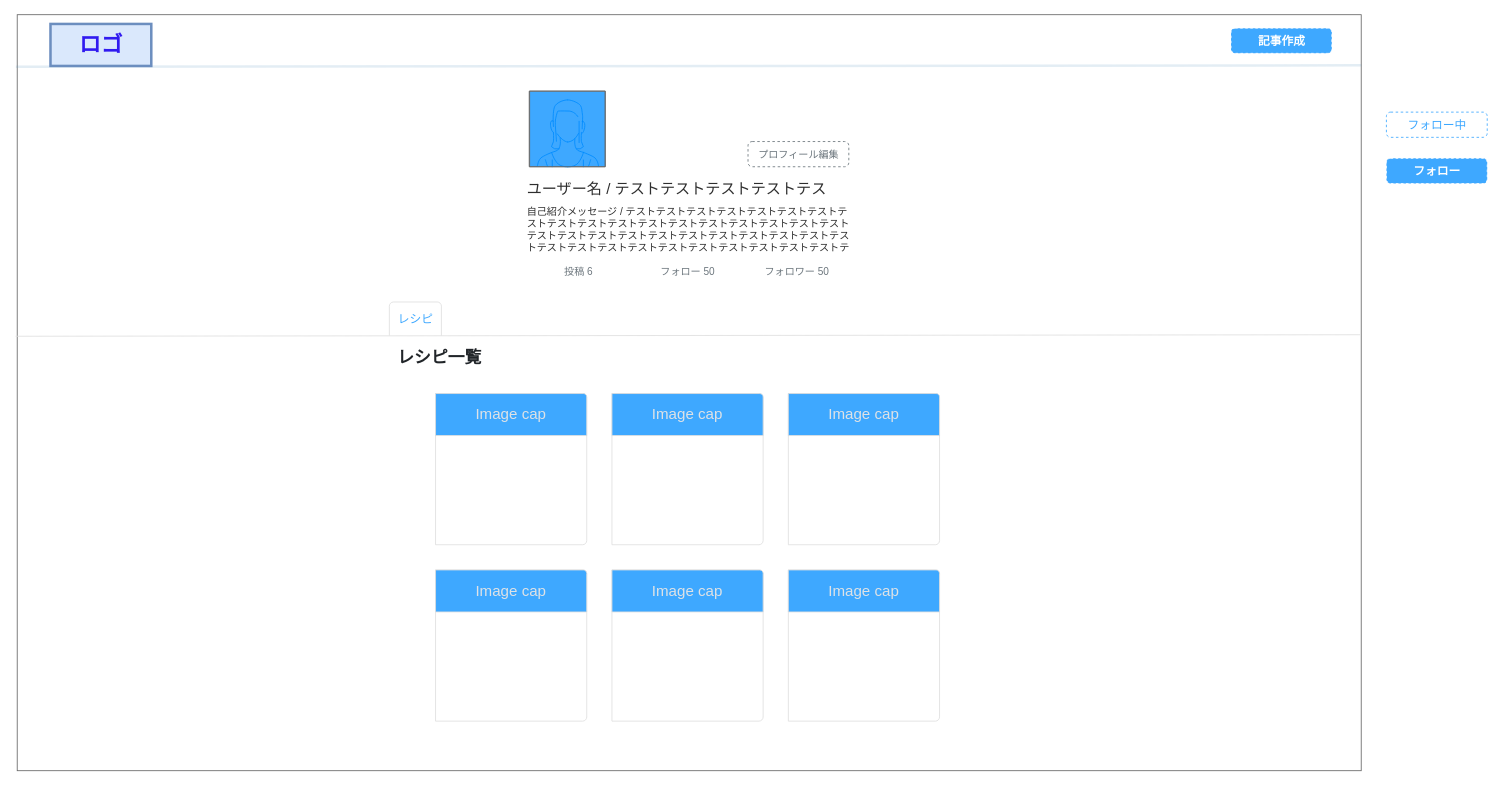
This is documents/ScreenDesigns/プロフィール表示画面.drawio from fjsho/codegym-team-development, a draw.io file, before an edit. Source tidied: cells renumbered, new cells numbered last; positions are measured from the earlier drawing's top-left corner, leaving out a move shared by most shapes. Both pictures are drawn from the tidied source at 84%, with x=0, y=0 at pixel (15, 14).
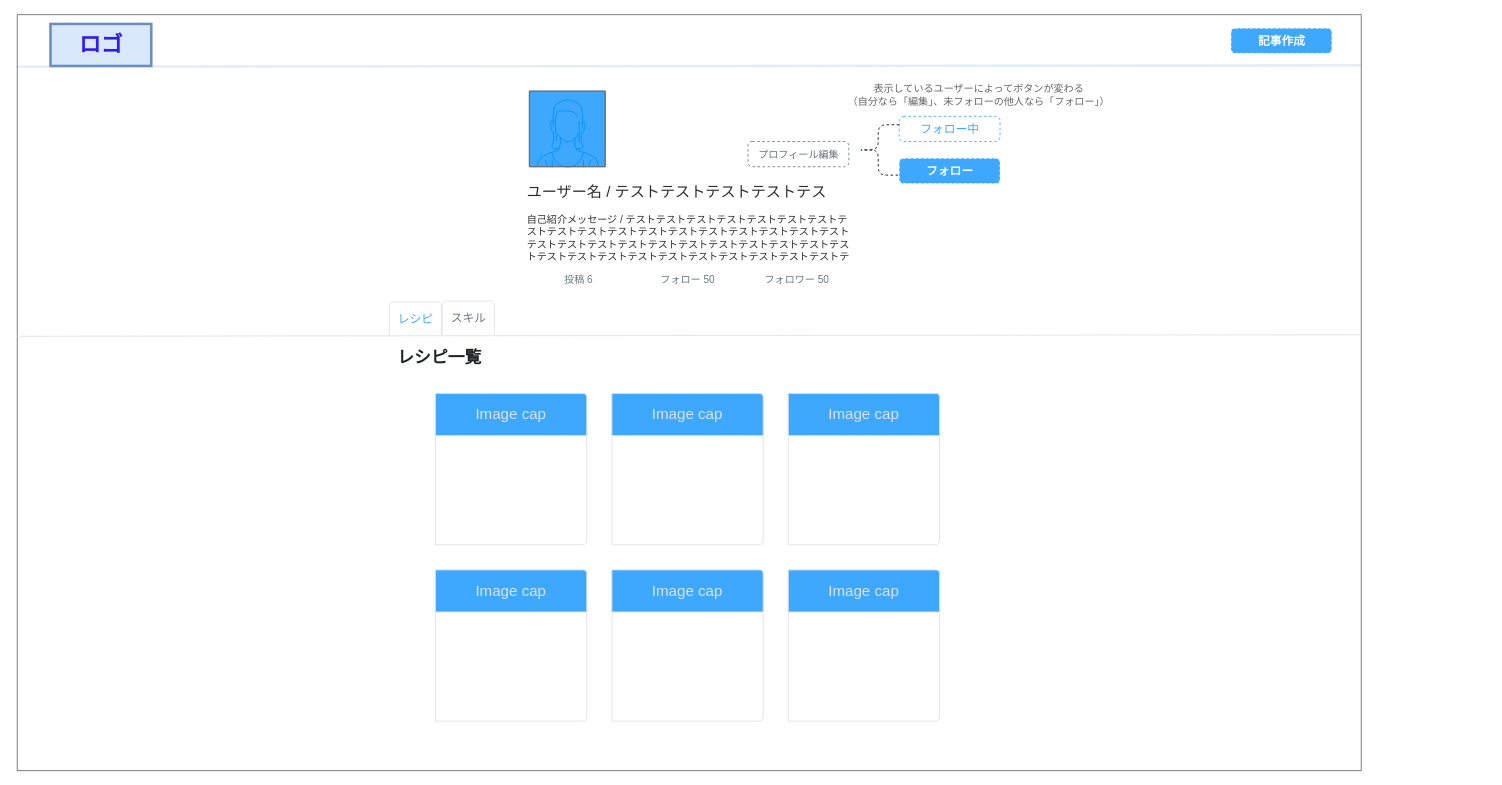
Above is the later version.

Commit message:
[fix]プロフィール表示画面微修正

Unchanged cells that the change refers to:
```xml
<mxCell id="13" style="html=1;shadow=0;dashed=0;shape=mxgraph.bootstrap.rrect;rSize=5;strokeColor=none;html=1;whiteSpace=wrap;fillColor=#FFFFFF;fontColor=#000000;fontSize=12;strokeWidth=1;align=center;" parent="12" vertex="1">
  <mxGeometry x="435" width="730" height="510" as="geometry" />
</mxCell>
```

Change to the diagram source:
```diff
@@
     <mxCell id="5" value="ユーザー名 / テストテストテストテストテス" style="text;strokeColor=none;fillColor=none;align=left;verticalAlign=middle;rounded=0;labelBackgroundColor=none;fontSize=18;fontColor=#000000d1;horizontal=1;whiteSpace=wrap;html=1;" parent="1" vertex="1">
-      <mxGeometry x="607" y="188" width="390" height="40" as="geometry" />
+      <mxGeometry x="607" y="191" width="390" height="40" as="geometry" />
     </mxCell>
     <mxCell id="6" value="自己紹介メッセージ / テストテストテストテストテストテストテストテストテストテストテストテストテストテストテストテストテストテストテストテストテストテストテストテストテストテストテストテストテストテストテストテストテストテストテストテストテストテストテストテ" style="text;strokeColor=none;fillColor=none;align=left;verticalAlign=top;rounded=0;labelBackgroundColor=none;fontSize=12;fontColor=#000000d1;horizontal=1;whiteSpace=wrap;html=1;" parent="1" vertex="1">
-      <mxGeometry x="607" y="221" width="390" height="60" as="geometry" />
+      <mxGeometry x="607" y="231" width="390" height="60" as="geometry" />
     </mxCell>
     <mxCell id="7" value="フォロー中" style="html=1;shadow=0;dashed=1;shape=mxgraph.bootstrap.rrect;rSize=5;fillColor=#FFFFFF;strokeColor=#3EA8FF;align=center;spacing=15;fontSize=14;fontColor=#3EA8FF;" parent="1" vertex="1">
-      <mxGeometry x="1632" y="116" width="120" height="30" as="geometry" />
+      <mxGeometry x="1052" y="121" width="120" height="30" as="geometry" />
     </mxCell>
     <mxCell id="8" value="フォロー" style="html=1;shadow=0;dashed=1;shape=mxgraph.bootstrap.rrect;rSize=5;fillColor=#3EA8FF;strokeColor=#FFFFFF;align=center;spacing=15;fontSize=14;fontColor=#FFFFFF;fontStyle=1;" parent="1" vertex="1">
-      <mxGeometry x="1632" y="171" width="120" height="30" as="geometry" />
+      <mxGeometry x="1052" y="171" width="120" height="30" as="geometry" />
     </mxCell>
@@
+    <mxCell id="36" value="スキル" style="html=1;shadow=0;dashed=0;shape=mxgraph.bootstrap.tabTop;strokeColor=#DFDFDF;fillColor=#ffffff;rSize=5;perimeter=none;align=center;spacing=20;fontSize=14;fontColor=#6C767D;" parent="13" vertex="1">
+      <mxGeometry x="73" y="10" width="62" height="40" as="geometry" />
+    </mxCell>
@@
     <mxCell id="32" style="group;" parent="1" vertex="1">
-      <mxGeometry x="605" y="291" width="395" height="30" as="geometry" />
+      <mxGeometry x="605" y="301" width="395" height="30" as="geometry" />
     </mxCell>
@@
+    <mxCell id="37" style="shape=curlyBracket;whiteSpace=wrap;html=1;rounded=1;dashed=1;labelBackgroundColor=none;fontSize=12;fontColor=#666666;strokeColor=#000000;strokeWidth=1;fillColor=none;" parent="1" vertex="1">
+      <mxGeometry x="1002" y="131" width="50" height="60" as="geometry" />
+    </mxCell>
+    <mxCell id="38" value="表示しているユーザーによってボタンが変わる&lt;br&gt;（自分なら「編集」、未フォローの他人なら「フォロー」）" style="text;html=1;strokeColor=none;fillColor=none;align=center;verticalAlign=middle;whiteSpace=wrap;rounded=0;dashed=1;labelBackgroundColor=none;fontSize=12;fontColor=#666666;" parent="1" vertex="1">
+      <mxGeometry x="932" y="81" width="430" height="30" as="geometry" />
+    </mxCell>
```
